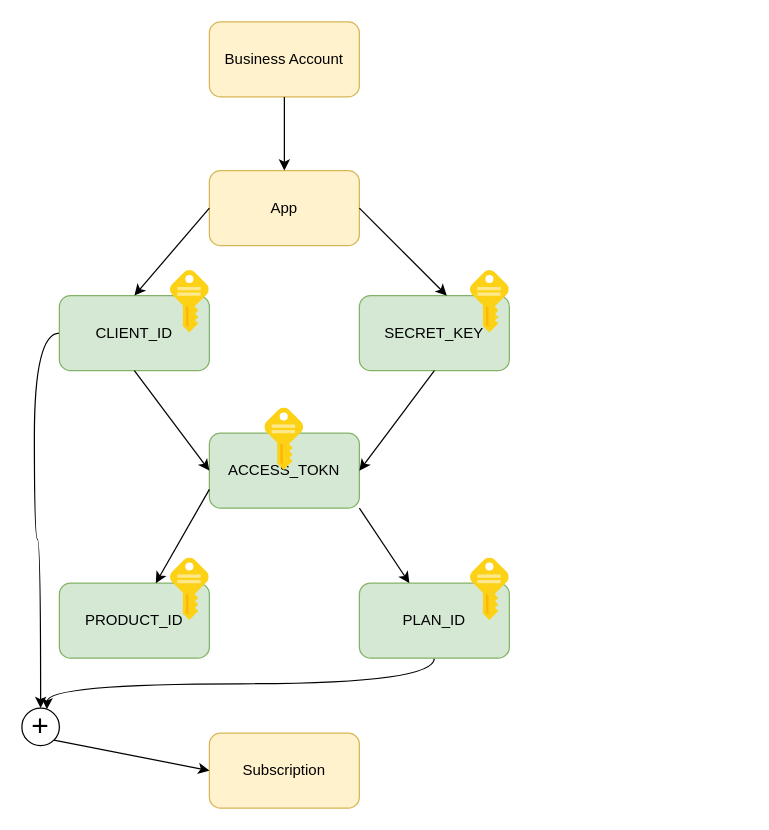
This is Untitled Diagram.drawio from tarikwaleed/diagrams, a draw.io file, before an edit. Source tidied: cells renumbered, new cells numbered last; positions are measured from the earlier drawing's top-left corner, leaving out a move shared by most shapes. Both pictures are drawn from the tidied source at 125%, with x=0, y=0 at pixel (21, 21).
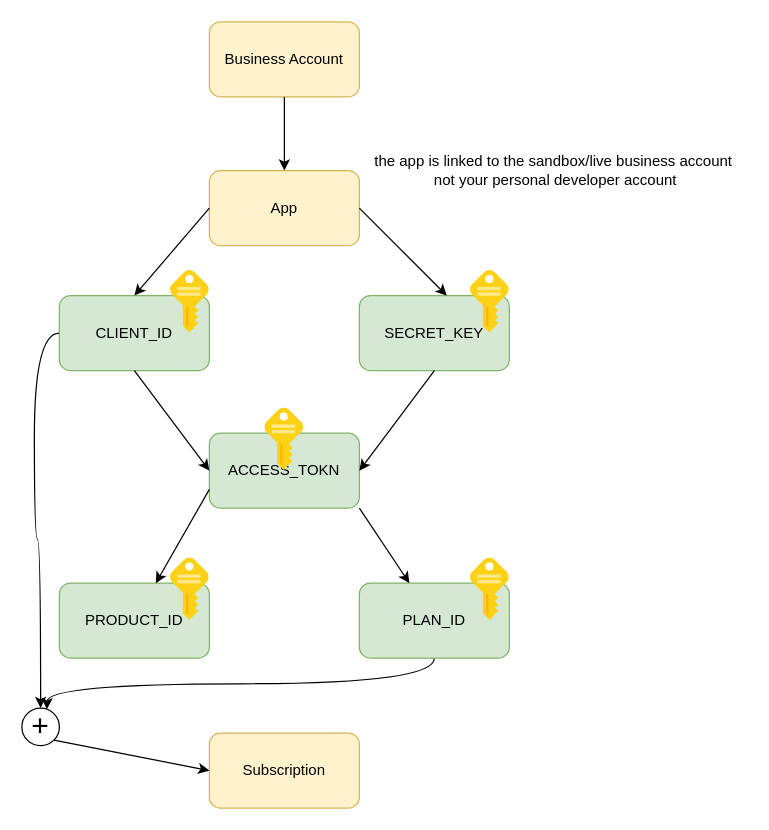
The same page after the edit.

The edit, as a diff of the source:
```diff
@@
+    <mxCell id="26" value="&lt;div&gt;the app is linked to the sandbox/live business account&lt;/div&gt;&lt;div&gt;&amp;nbsp;not your personal developer account&lt;/div&gt;" style="text;html=1;align=center;verticalAlign=middle;strokeColor=none;fillColor=none;" parent="1" vertex="1">
+      <mxGeometry x="270" y="99" width="310" height="40" as="geometry" />
+    </mxCell>
```
